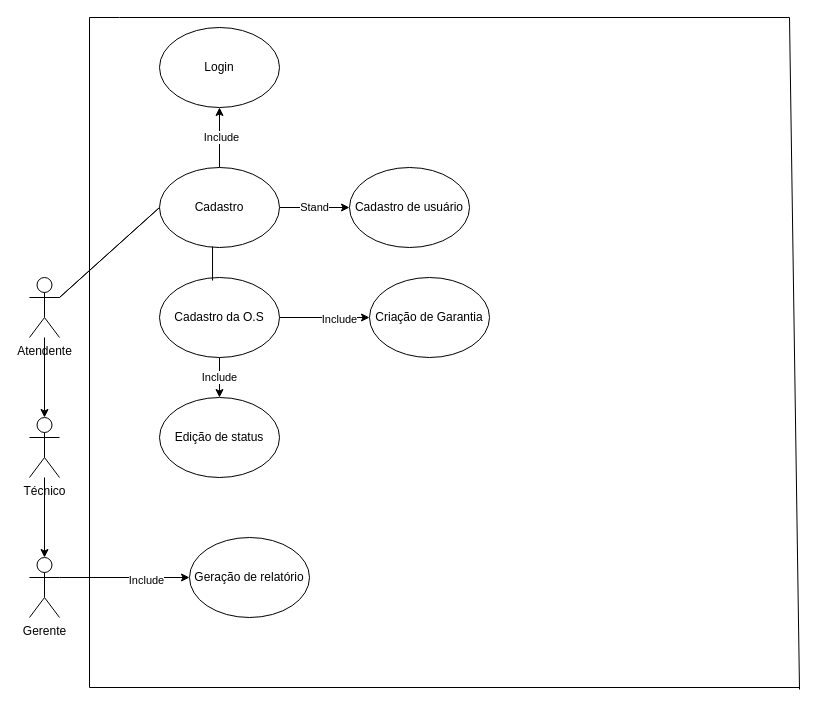
The draw.io diagram docs/InforraticaDiag.drawio in FelipeRotermel/Inforatica, before the edit. Source tidied: cells renumbered, new cells numbered last; positions are measured from the earlier drawing's top-left corner, leaving out a move shared by most shapes. Both pictures are drawn from the tidied source at 100%, with x=0, y=0 at pixel (29, 17).
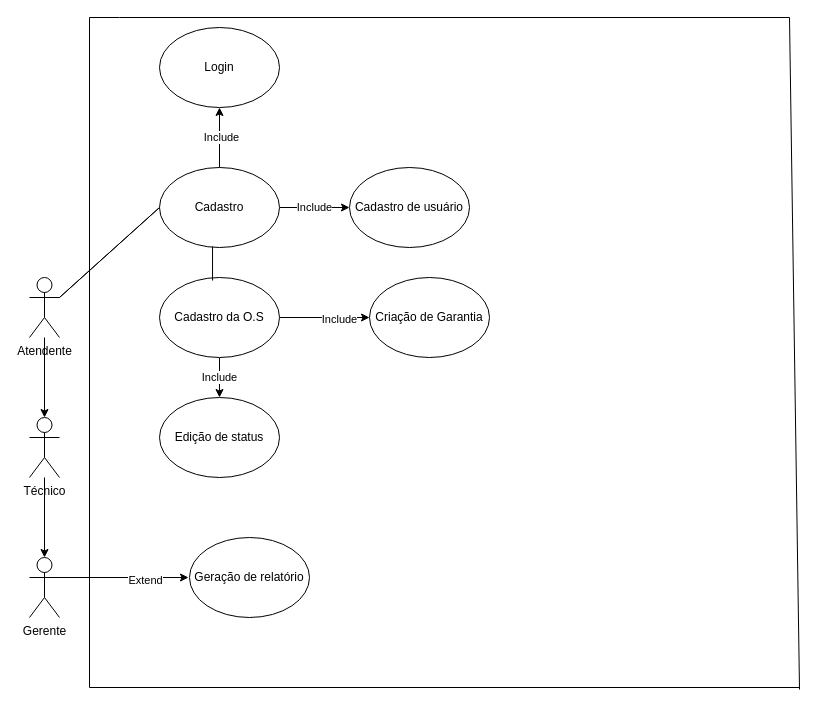
Above is the later version.

Unchanged cells that the change refers to:
```xml
<mxCell id="4" value="Cadastro de usuário" style="ellipse;whiteSpace=wrap;html=1;" parent="1" vertex="1">
  <mxGeometry x="320" y="150" width="120" height="80" as="geometry" />
</mxCell>
<mxCell id="12" value="Cadastro" style="ellipse;whiteSpace=wrap;html=1;" parent="1" vertex="1">
  <mxGeometry x="130" y="150" width="120" height="80" as="geometry" />
</mxCell>
<mxCell id="21" value="Gerente" style="shape=umlActor;verticalLabelPosition=bottom;verticalAlign=top;html=1;outlineConnect=0;" parent="1" vertex="1">
  <mxGeometry y="540" width="30" height="60" as="geometry" />
</mxCell>
<mxCell id="22" value="Geração de relatório" style="ellipse;whiteSpace=wrap;html=1;" parent="1" vertex="1">
  <mxGeometry x="160" y="520" width="120" height="80" as="geometry" />
</mxCell>
```

Diff of the diagram source:
```diff
@@
-    <mxCell id="11" value="Stand" style="edgeStyle=orthogonalEdgeStyle;rounded=0;jettySize=auto;html=1;" parent="1" edge="1" source="12" target="4">
+    <mxCell id="11" value="Include" style="edgeStyle=orthogonalEdgeStyle;rounded=0;jettySize=auto;html=1;exitX=1;exitY=0.5;exitDx=0;exitDy=0;entryX=0;entryY=0.5;entryDx=0;entryDy=0;" parent="1" edge="1" source="12" target="4">
       <mxGeometry relative="1" as="geometry">
         <Array as="points">
-          <mxPoint x="290" y="190" />
-          <mxPoint x="290" y="190" />
+          <mxPoint x="270" y="190" />
+          <mxPoint x="270" y="190" />
         </Array>
       </mxGeometry>
     </mxCell>
@@
-    <mxCell id="19" style="edgeStyle=orthogonalEdgeStyle;rounded=0;jettySize=auto;html=1;" parent="1" edge="1" source="21" target="22">
+    <mxCell id="19" style="edgeStyle=orthogonalEdgeStyle;rounded=0;orthogonalLoop=1;jettySize=auto;html=1;" parent="1" edge="1">
       <mxGeometry relative="1" as="geometry">
+        <mxPoint x="29" y="560" as="sourcePoint" />
+        <mxPoint x="159" y="560" as="targetPoint" />
         <Array as="points">
-          <mxPoint x="110" y="560" />
-          <mxPoint x="110" y="560" />
+          <mxPoint x="109" y="560" />
+          <mxPoint x="109" y="560" />
         </Array>
       </mxGeometry>
     </mxCell>
-    <mxCell id="20" value="Include" style="edgeLabel;html=1;align=center;verticalAlign=middle;" parent="19" vertex="1">
+    <mxCell id="20" value="Extend" style="edgeLabel;html=1;align=center;verticalAlign=middle;" parent="19" vertex="1">
       <mxGeometry x="0.32" y="-2" relative="1" as="geometry" />
     </mxCell>
```
